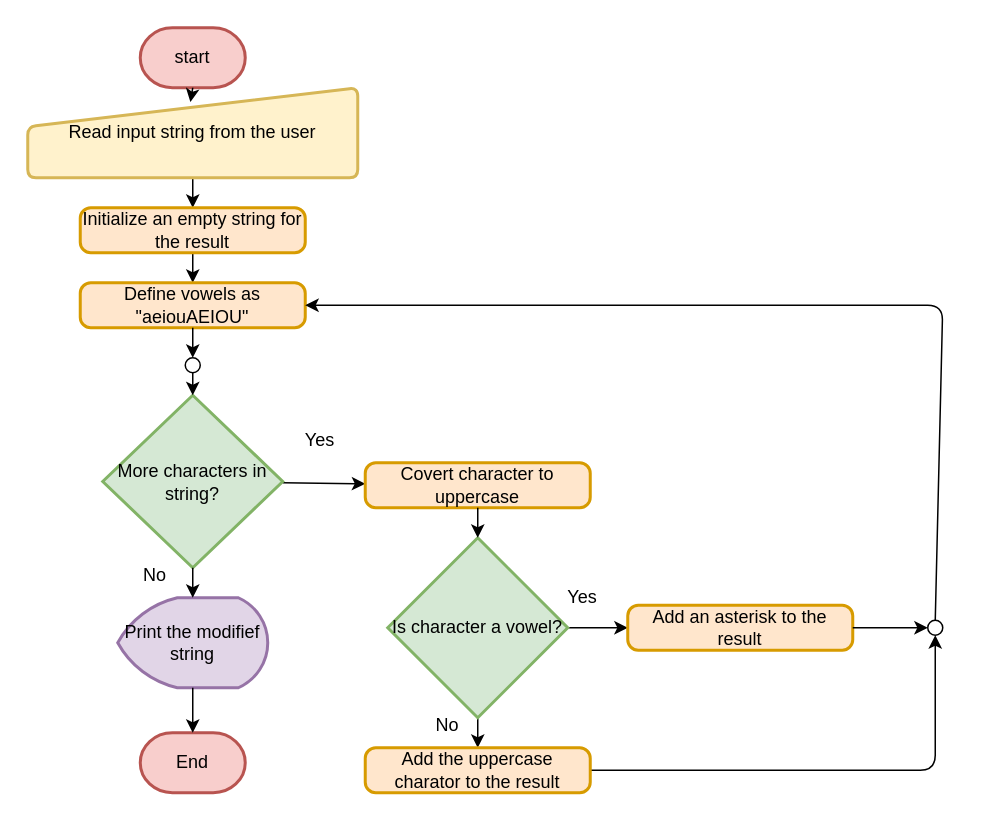
This is Lecture-04/Itrating_str.drawio from Pangpond543/python_day, a draw.io file, before an edit. Source tidied: cells renumbered, new cells numbered last; positions are measured from the earlier drawing's top-left corner, leaving out a move shared by most shapes. Both pictures are drawn from the tidied source at 150%, with x=0, y=0 at pixel (27, 27).
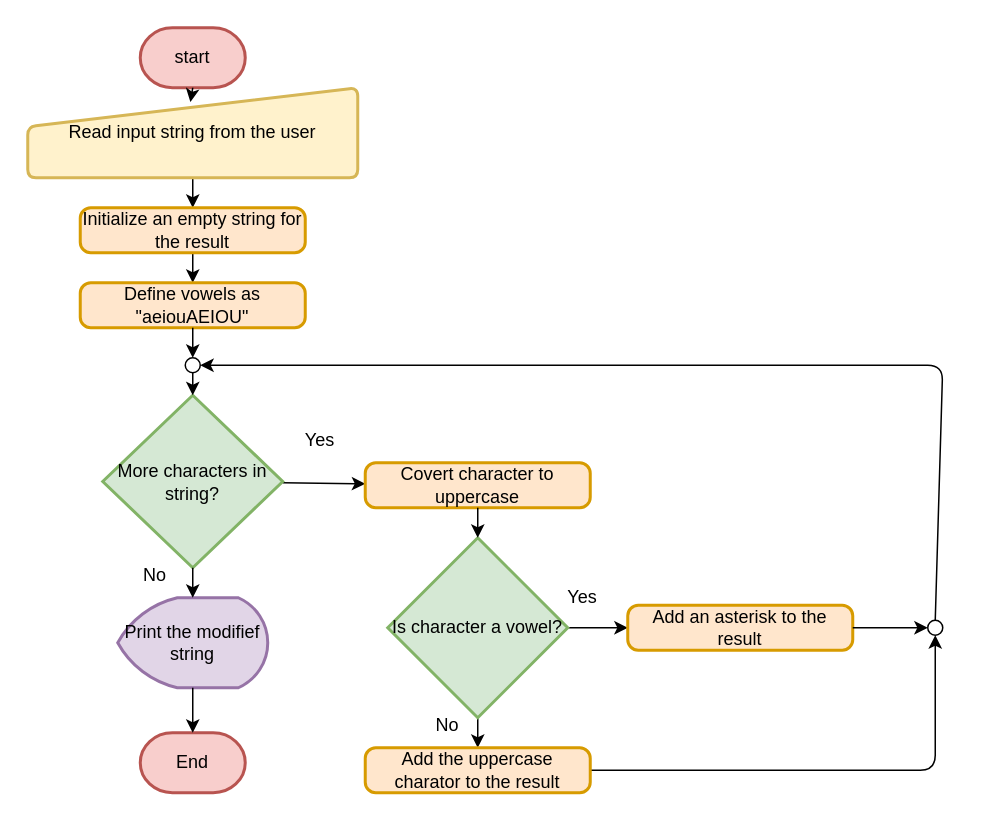
Above is the later version.

Unchanged cells that the change refers to:
```xml
<mxCell id="7" value="Define vowels as &quot;aeiouAEIOU&quot;" style="rounded=1;whiteSpace=wrap;html=1;absoluteArcSize=1;arcSize=14;strokeWidth=2;fillColor=#ffe6cc;strokeColor=#d79b00;" parent="1" vertex="1">
  <mxGeometry x="35" y="170" width="150" height="30" as="geometry" />
</mxCell>
<mxCell id="20" style="verticalLabelPosition=bottom;verticalAlign=top;html=1;shape=mxgraph.flowchart.on-page_reference;" parent="1" vertex="1">
  <mxGeometry x="105" y="220" width="10" height="10" as="geometry" />
</mxCell>
<mxCell id="24" style="verticalLabelPosition=bottom;verticalAlign=top;html=1;shape=mxgraph.flowchart.on-page_reference;" parent="1" vertex="1">
  <mxGeometry x="600" y="395" width="10" height="10" as="geometry" />
</mxCell>
```

Change to the diagram source:
```diff
@@
-    <mxCell id="23" style="edgeStyle=none;html=1;exitX=0.5;exitY=0;exitDx=0;exitDy=0;exitPerimeter=0;entryX=1;entryY=0.5;entryDx=0;entryDy=0;" parent="1" edge="1" source="24" target="7">
+    <mxCell id="23" style="edgeStyle=none;html=1;exitX=0.5;exitY=0;exitDx=0;exitDy=0;exitPerimeter=0;entryX=1;entryY=0.5;entryDx=0;entryDy=0;entryPerimeter=0;" parent="1" edge="1" source="24" target="20">
       <mxGeometry relative="1" as="geometry">
         <Array as="points">
-          <mxPoint x="610" y="185" />
+          <mxPoint x="610" y="225" />
         </Array>
       </mxGeometry>
     </mxCell>
```
